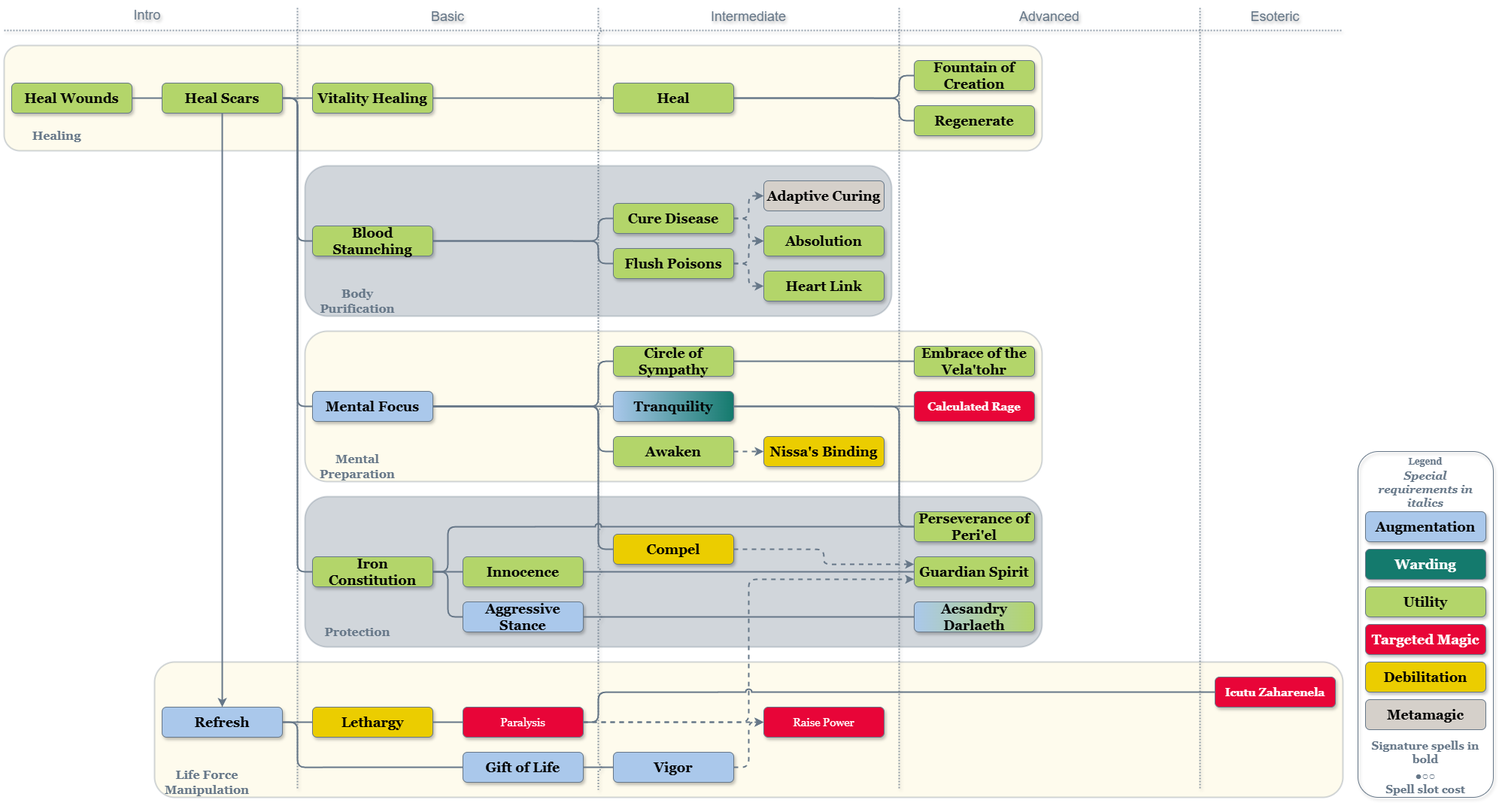
MahtraDR/dr-spell-trees keeps this draw.io diagram as Empath/Empath.png. Above is the earlier version. Source tidied: cells renumbered, new cells last; positions are measured from the earlier drawing's top-left corner, leaving out a move shared by most shapes.
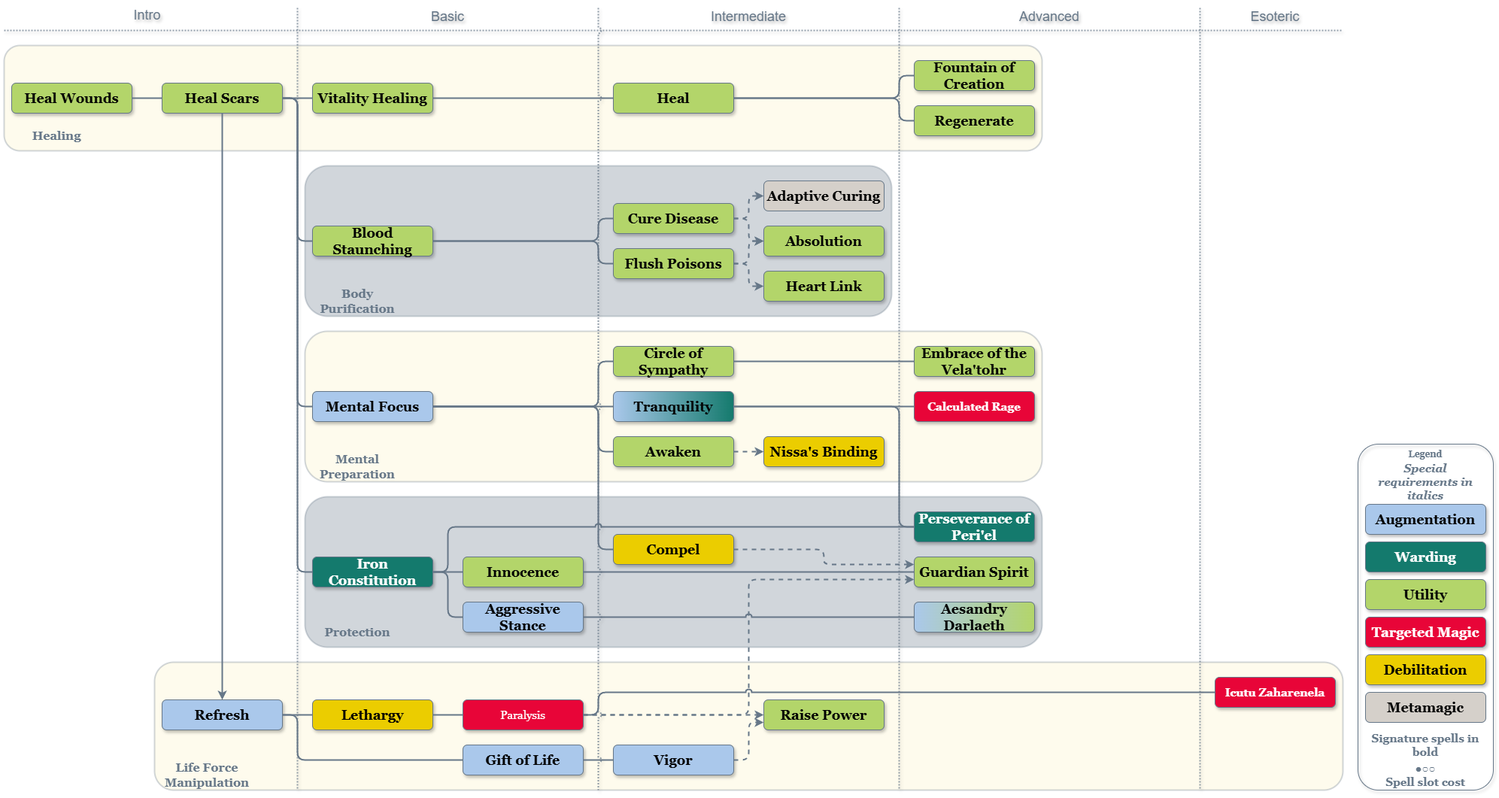
After the commit.

What changed in the source:
```diff
@@ -27,10 +27,10 @@
       <mxGeometry x="400" y="820" width="140" height="40" as="geometry" />
     </mxCell>
     <mxCell id="10" style="rounded=1;fontFamily=Helvetica;fontSize=11;fontColor=default;labelBackgroundColor=none;fillColor=#FCF4C4;strokeColor=#667788;opacity=30;glass=0;shadow=0;align=center;verticalAlign=middle;gradientColor=none;strokeWidth=2;" parent="1" vertex="1">
-      <mxGeometry x="200" y="880" width="1580" height="180" as="geometry" />
+      <mxGeometry x="200" y="880" width="1580" height="170" as="geometry" />
     </mxCell>
     <mxCell id="11" value="Life Force Manipulation" style="text;align=center;verticalAlign=middle;whiteSpace=wrap;rounded=0;fontStyle=1;fontSize=16;fontFamily=Georgia;fontColor=#667788;strokeColor=none;" parent="1" vertex="1">
-      <mxGeometry x="200" y="1020" width="140" height="40" as="geometry" />
+      <mxGeometry x="200" y="1010" width="140" height="40" as="geometry" />
     </mxCell>
     <mxCell id="12" value="Shapes and Lines" parent="0" />
     <mxCell id="13" value="Heal Wounds" style="rounded=1;strokeWidth=1;strokeColor=#667788;textShadow=0;labelBackgroundColor=none;whiteSpace=wrap;fontSize=18;fontFamily=Georgia;fillColor=#B3D56A;fontColor=#000000;shadow=1;glass=0;align=center;verticalAlign=middle;fontStyle=1;" parent="12" vertex="1">
@@ -78,7 +78,7 @@
     <mxCell id="27" value="Aggressive Stance" style="rounded=1;strokeWidth=1;strokeColor=#667788;textShadow=0;labelBackgroundColor=none;whiteSpace=wrap;fontSize=18;fontFamily=Georgia;fillColor=#AAC8EB;fontColor=#000000;shadow=1;glass=0;align=center;verticalAlign=middle;fontStyle=1;" parent="12" vertex="1">
       <mxGeometry x="610" y="800" width="160" height="40" as="geometry" />
     </mxCell>
-    <mxCell id="28" value="Iron Constitution" style="rounded=1;strokeWidth=1;strokeColor=#667788;textShadow=0;labelBackgroundColor=none;whiteSpace=wrap;fontSize=18;fontFamily=Georgia;fillColor=#B3D56A;fontColor=#000000;shadow=1;glass=0;align=center;verticalAlign=middle;fontStyle=1;" parent="12" vertex="1">
+    <mxCell id="28" value="Iron Constitution" style="rounded=1;strokeWidth=1;strokeColor=#667788;textShadow=0;labelBackgroundColor=none;whiteSpace=wrap;fontSize=18;fontFamily=Georgia;fillColor=#147A6D;fontColor=#FFFFFF;shadow=1;glass=0;align=center;verticalAlign=middle;fontStyle=1;" parent="12" vertex="1">
       <mxGeometry x="410" y="740" width="160" height="40" as="geometry" />
     </mxCell>
     <mxCell id="29" value="Innocence" style="rounded=1;strokeWidth=1;strokeColor=#667788;textShadow=0;labelBackgroundColor=none;whiteSpace=wrap;fontSize=18;fontFamily=Georgia;fillColor=#B3D56A;fontColor=#000000;shadow=1;glass=0;align=center;verticalAlign=middle;fontStyle=1;" parent="12" vertex="1">
@@ -93,7 +93,7 @@
     <mxCell id="32" value="Aesandry Darlaeth" style="rounded=1;strokeWidth=1;strokeColor=#667788;textShadow=0;labelBackgroundColor=none;whiteSpace=wrap;fontSize=18;fontFamily=Georgia;fillColor=#AAC8EB;fontColor=#000000;shadow=1;glass=0;align=center;verticalAlign=middle;fontStyle=1;gradientColor=#B3D56A;gradientDirection=east;" parent="12" vertex="1">
       <mxGeometry x="1210" y="800" width="160" height="40" as="geometry" />
     </mxCell>
-    <mxCell id="33" value="Perseverance of Peri'el" style="rounded=1;strokeWidth=1;strokeColor=#667788;textShadow=0;labelBackgroundColor=none;whiteSpace=wrap;fontSize=18;fontFamily=Georgia;fillColor=#B3D56A;fontColor=#000000;shadow=1;glass=0;align=center;verticalAlign=middle;fontStyle=1;" parent="12" vertex="1">
+    <mxCell id="33" value="Perseverance of Peri'el" style="rounded=1;strokeWidth=1;strokeColor=#667788;textShadow=0;labelBackgroundColor=none;whiteSpace=wrap;fontSize=18;fontFamily=Georgia;fillColor=#147A6D;fontColor=#FFFFFF;shadow=1;glass=0;align=center;verticalAlign=middle;fontStyle=1;" parent="12" vertex="1">
       <mxGeometry x="1210" y="680" width="160" height="40" as="geometry" />
     </mxCell>
     <mxCell id="34" value="Guardian Spirit" style="rounded=1;strokeWidth=1;strokeColor=#667788;textShadow=0;labelBackgroundColor=none;whiteSpace=wrap;fontSize=18;fontFamily=Georgia;fillColor=#B3D56A;fontColor=#000000;shadow=1;glass=0;align=center;verticalAlign=middle;fontStyle=1;" parent="12" vertex="1">
@@ -103,22 +103,22 @@
       <mxGeometry x="810" y="710" width="160" height="40" as="geometry" />
     </mxCell>
     <mxCell id="36" value="Refresh" style="rounded=1;strokeWidth=1;strokeColor=#667788;textShadow=0;labelBackgroundColor=none;whiteSpace=wrap;fontSize=18;fontFamily=Georgia;fillColor=#AAC8EB;fontColor=#000000;shadow=1;glass=0;align=center;verticalAlign=middle;fontStyle=1;" parent="12" vertex="1">
-      <mxGeometry x="210" y="940" width="160" height="40" as="geometry" />
+      <mxGeometry x="210" y="930" width="160" height="40" as="geometry" />
     </mxCell>
     <mxCell id="37" value="Paralysis" style="rounded=1;strokeWidth=1;strokeColor=#667788;textShadow=0;labelBackgroundColor=none;whiteSpace=wrap;fontSize=15;fontFamily=Georgia;fillColor=#E80538;fontColor=#FFFFFF;shadow=1;glass=0;align=center;verticalAlign=middle;fontStyle=0;" parent="12" vertex="1">
-      <mxGeometry x="610" y="940" width="160" height="40" as="geometry" />
+      <mxGeometry x="610" y="930" width="160" height="40" as="geometry" />
     </mxCell>
     <mxCell id="38" value="Lethargy" style="rounded=1;strokeWidth=1;strokeColor=#667788;textShadow=0;labelBackgroundColor=none;whiteSpace=wrap;fontSize=18;fontFamily=Georgia;fillColor=#EBCD00;fontColor=#000000;shadow=1;glass=0;align=center;verticalAlign=middle;fontStyle=1;" parent="12" vertex="1">
-      <mxGeometry x="410" y="940" width="160" height="40" as="geometry" />
+      <mxGeometry x="410" y="930" width="160" height="40" as="geometry" />
     </mxCell>
     <mxCell id="39" value="Gift of Life" style="rounded=1;strokeWidth=1;strokeColor=#667788;textShadow=0;labelBackgroundColor=none;whiteSpace=wrap;fontSize=18;fontFamily=Georgia;fillColor=#AAC8EB;fontColor=#000000;shadow=1;glass=0;align=center;verticalAlign=middle;fontStyle=1;" parent="12" vertex="1">
-      <mxGeometry x="610" y="1000" width="160" height="40" as="geometry" />
+      <mxGeometry x="610" y="990" width="160" height="40" as="geometry" />
     </mxCell>
     <mxCell id="40" value="Vigor" style="rounded=1;strokeWidth=1;strokeColor=#667788;textShadow=0;labelBackgroundColor=none;whiteSpace=wrap;fontSize=18;fontFamily=Georgia;fillColor=#AAC8EB;fontColor=#000000;shadow=1;glass=0;align=center;verticalAlign=middle;fontStyle=1;" parent="12" vertex="1">
-      <mxGeometry x="810" y="1000" width="160" height="40" as="geometry" />
+      <mxGeometry x="810" y="990" width="160" height="40" as="geometry" />
     </mxCell>
-    <mxCell id="41" value="Raise Power" style="rounded=1;strokeWidth=1;strokeColor=#667788;textShadow=0;labelBackgroundColor=none;whiteSpace=wrap;fontSize=15;fontFamily=Georgia;fillColor=#E80538;fontColor=#FFFFFF;shadow=1;glass=0;align=center;verticalAlign=middle;fontStyle=0;" parent="12" vertex="1">
-      <mxGeometry x="1010" y="940" width="160" height="40" as="geometry" />
+    <mxCell id="41" value="Raise Power" style="rounded=1;strokeWidth=1;strokeColor=#667788;textShadow=0;labelBackgroundColor=none;whiteSpace=wrap;fontSize=18;fontFamily=Georgia;fillColor=#B3D56A;fontColor=#000000;shadow=1;glass=0;align=center;verticalAlign=middle;fontStyle=1;" parent="12" vertex="1">
+      <mxGeometry x="1010" y="930" width="160" height="40" as="geometry" />
     </mxCell>
     <mxCell id="42" value="Icutu Zaharenela" style="rounded=1;strokeWidth=1;strokeColor=#667788;textShadow=0;labelBackgroundColor=none;whiteSpace=wrap;fontSize=15;fontFamily=Georgia;fillColor=#E80538;fontColor=#FFFFFF;shadow=1;glass=0;align=center;verticalAlign=middle;fontStyle=1;" parent="12" vertex="1">
       <mxGeometry x="1610" y="900" width="160" height="40" as="geometry" />
@@ -229,9 +229,6 @@
     <mxCell id="64" style="edgeStyle=orthogonalEdgeStyle;shape=connector;curved=0;rounded=1;jettySize=auto;html=1;exitX=1;exitY=0.5;exitDx=0;exitDy=0;entryX=0;entryY=0.5;entryDx=0;entryDy=0;strokeColor=#667788;strokeWidth=2;align=center;verticalAlign=middle;fontFamily=Helvetica;fontSize=11;fontColor=default;labelBackgroundColor=default;endArrow=classic;endFill=1;dashed=1;" parent="12" edge="1" source="26" target="43">
       <mxGeometry relative="1" as="geometry" />
     </mxCell>
-    <mxCell id="65" style="edgeStyle=orthogonalEdgeStyle;shape=connector;curved=0;rounded=1;jettySize=auto;html=1;exitX=1;exitY=0.5;exitDx=0;exitDy=0;entryX=0;entryY=0.5;entryDx=0;entryDy=0;strokeColor=#667788;strokeWidth=2;align=center;verticalAlign=middle;fontFamily=Helvetica;fontSize=11;fontColor=default;labelBackgroundColor=default;endArrow=none;endFill=0;" parent="12" edge="1" source="27" target="32">
-      <mxGeometry relative="1" as="geometry" />
-    </mxCell>
     <mxCell id="66" style="edgeStyle=orthogonalEdgeStyle;shape=connector;curved=0;rounded=1;jettySize=auto;html=1;exitX=1;exitY=0.5;exitDx=0;exitDy=0;entryX=0;entryY=0.5;entryDx=0;entryDy=0;strokeColor=#667788;strokeWidth=2;align=center;verticalAlign=middle;fontFamily=Helvetica;fontSize=11;fontColor=default;labelBackgroundColor=default;endArrow=none;endFill=0;" parent="12" edge="1" source="28" target="29">
       <mxGeometry relative="1" as="geometry" />
     </mxCell>
@@ -247,8 +244,8 @@
     <mxCell id="70" style="edgeStyle=orthogonalEdgeStyle;shape=connector;curved=0;rounded=1;jettySize=auto;html=1;exitX=1;exitY=0.5;exitDx=0;exitDy=0;entryX=0;entryY=0.5;entryDx=0;entryDy=0;strokeColor=#667788;strokeWidth=2;align=center;verticalAlign=middle;fontFamily=Helvetica;fontSize=11;fontColor=default;labelBackgroundColor=default;endArrow=none;endFill=0;" parent="12" edge="1" source="36" target="39">
       <mxGeometry relative="1" as="geometry">
         <Array as="points">
-          <mxPoint x="390" y="960" />
-          <mxPoint x="390" y="1020" />
+          <mxPoint x="390" y="950" />
+          <mxPoint x="390" y="1010" />
         </Array>
       </mxGeometry>
     </mxCell>
@@ -261,7 +258,7 @@
     <mxCell id="73" style="edgeStyle=orthogonalEdgeStyle;shape=connector;curved=0;rounded=1;jettySize=auto;html=1;exitX=1;exitY=0.5;exitDx=0;exitDy=0;entryX=0;entryY=0.75;entryDx=0;entryDy=0;strokeColor=#667788;strokeWidth=2;align=center;verticalAlign=middle;fontFamily=Helvetica;fontSize=11;fontColor=default;labelBackgroundColor=default;endArrow=classic;endFill=1;dashed=1;" parent="12" edge="1" source="37" target="34">
       <mxGeometry relative="1" as="geometry">
         <Array as="points">
-          <mxPoint x="990" y="960" />
+          <mxPoint x="990" y="950" />
           <mxPoint x="990" y="770" />
         </Array>
       </mxGeometry>
@@ -269,8 +266,9 @@
     <mxCell id="74" style="edgeStyle=orthogonalEdgeStyle;shape=connector;curved=0;rounded=1;jettySize=auto;html=1;exitX=1;exitY=0.5;exitDx=0;exitDy=0;entryX=0;entryY=0.5;entryDx=0;entryDy=0;strokeColor=#667788;strokeWidth=2;align=center;verticalAlign=middle;fontFamily=Helvetica;fontSize=11;fontColor=default;labelBackgroundColor=default;endArrow=none;endFill=0;jumpStyle=arc;" parent="12" edge="1" source="37" target="42">
       <mxGeometry relative="1" as="geometry">
         <Array as="points">
-          <mxPoint x="790" y="960" />
+          <mxPoint x="790" y="950" />
           <mxPoint x="790" y="920" />
+          <mxPoint x="1610" y="920" />
         </Array>
       </mxGeometry>
     </mxCell>
@@ -280,8 +278,13 @@
     <mxCell id="76" style="edgeStyle=orthogonalEdgeStyle;shape=connector;curved=0;rounded=1;jettySize=auto;html=1;exitX=1;exitY=0.5;exitDx=0;exitDy=0;entryX=0;entryY=0.5;entryDx=0;entryDy=0;strokeColor=#667788;strokeWidth=2;align=center;verticalAlign=middle;fontFamily=Helvetica;fontSize=11;fontColor=default;labelBackgroundColor=default;endArrow=none;endFill=0;" parent="12" edge="1" source="39" target="40">
       <mxGeometry relative="1" as="geometry" />
     </mxCell>
-    <mxCell id="77" style="edgeStyle=orthogonalEdgeStyle;shape=connector;curved=0;rounded=1;jettySize=auto;html=1;exitX=1;exitY=0.5;exitDx=0;exitDy=0;entryX=0;entryY=0.5;entryDx=0;entryDy=0;strokeColor=#667788;strokeWidth=2;align=center;verticalAlign=middle;fontFamily=Helvetica;fontSize=11;fontColor=default;labelBackgroundColor=default;endArrow=classic;endFill=1;dashed=1;" parent="12" edge="1" source="40" target="41">
-      <mxGeometry relative="1" as="geometry" />
+    <mxCell id="77" style="edgeStyle=orthogonalEdgeStyle;shape=connector;curved=0;rounded=1;jettySize=auto;html=1;exitX=1;exitY=0.5;exitDx=0;exitDy=0;entryX=0;entryY=0.75;entryDx=0;entryDy=0;strokeColor=#667788;strokeWidth=2;align=center;verticalAlign=middle;fontFamily=Helvetica;fontSize=11;fontColor=default;labelBackgroundColor=default;endArrow=classic;endFill=1;dashed=1;" parent="12" edge="1" source="40" target="41">
+      <mxGeometry relative="1" as="geometry">
+        <Array as="points">
+          <mxPoint x="990" y="1010" />
+          <mxPoint x="990" y="960" />
+        </Array>
+      </mxGeometry>
     </mxCell>
     <mxCell id="78" style="edgeStyle=orthogonalEdgeStyle;shape=connector;curved=0;rounded=1;jettySize=auto;html=1;exitX=1;exitY=0.5;exitDx=0;exitDy=0;entryX=0;entryY=0.5;entryDx=0;entryDy=0;strokeColor=#667788;strokeWidth=2;align=center;verticalAlign=middle;fontFamily=Helvetica;fontSize=11;fontColor=default;labelBackgroundColor=default;endArrow=none;endFill=0;" parent="12" edge="1" source="44" target="30">
       <mxGeometry relative="1" as="geometry" />
@@ -311,6 +314,9 @@
     <mxCell id="83" style="edgeStyle=orthogonalEdgeStyle;shape=connector;curved=0;rounded=1;jettySize=auto;html=1;exitX=1;exitY=0.5;exitDx=0;exitDy=0;entryX=0;entryY=0.5;entryDx=0;entryDy=0;strokeColor=#667788;strokeWidth=2;align=center;verticalAlign=middle;fontFamily=Helvetica;fontSize=11;fontColor=default;labelBackgroundColor=default;endArrow=none;endFill=0;" parent="12" edge="1" source="14" target="46">
       <mxGeometry relative="1" as="geometry" />
     </mxCell>
+    <mxCell id="65" style="edgeStyle=orthogonalEdgeStyle;shape=connector;curved=0;rounded=1;jettySize=auto;html=1;exitX=1;exitY=0.5;exitDx=0;exitDy=0;entryX=0;entryY=0.5;entryDx=0;entryDy=0;strokeColor=#667788;strokeWidth=2;align=center;verticalAlign=middle;fontFamily=Helvetica;fontSize=11;fontColor=default;labelBackgroundColor=default;endArrow=none;endFill=0;jumpStyle=arc;" parent="12" edge="1" source="27" target="32">
+      <mxGeometry relative="1" as="geometry" />
+    </mxCell>
     <mxCell id="84" parent="0" />
     <mxCell id="85" value="Basic" style="text;align=center;verticalAlign=middle;strokeColor=none;fillColor=none;fontFamily=Helvetica;fontSize=18;fontColor=#667788;labelBackgroundColor=none;textShadow=1;" parent="84" vertex="1">
       <mxGeometry x="550" width="80" height="40" as="geometry" />
@@ -325,34 +331,34 @@
       <mxGeometry x="1330" width="120" height="40" as="geometry" />
     </mxCell>
     <mxCell id="89" value="Legend" style="rounded=1;fillColor=none;verticalAlign=top;labelBackgroundColor=none;fontStyle=1;fontColor=#667788;fontFamily=Georgia;strokeColor=#667788;shadow=1;glass=0;strokeWidth=1;textShadow=0;whiteSpace=wrap;" parent="84" vertex="1">
-      <mxGeometry x="1800" y="600" width="180" height="460" as="geometry" />
+      <mxGeometry x="1800" y="590" width="180" height="460" as="geometry" />
     </mxCell>
     <mxCell id="90" value="Metamagic" style="rounded=1;whiteSpace=wrap;fillColor=#D5D0CA;labelBackgroundColor=none;fontFamily=Georgia;fontSize=18;strokeColor=#667788;shadow=0;glass=0;strokeWidth=1;align=center;fontStyle=1;verticalAlign=middle;fontColor=#000000;textShadow=0;" parent="84" vertex="1">
-      <mxGeometry x="1810" y="930" width="160" height="40" as="geometry" />
+      <mxGeometry x="1810" y="920" width="160" height="40" as="geometry" />
     </mxCell>
     <mxCell id="91" value="Debilitation" style="rounded=1;whiteSpace=wrap;fillColor=#EBCD00;labelBackgroundColor=none;fontFamily=Georgia;fontSize=18;strokeColor=#667788;shadow=1;glass=0;strokeWidth=1;align=center;fontStyle=1;verticalAlign=middle;fontColor=#000000;textShadow=0;" parent="84" vertex="1">
-      <mxGeometry x="1810" y="880" width="160" height="40" as="geometry" />
+      <mxGeometry x="1810" y="870" width="160" height="40" as="geometry" />
     </mxCell>
     <mxCell id="92" value="Targeted Magic" style="rounded=1;whiteSpace=wrap;fillColor=#E80538;labelBackgroundColor=none;fontFamily=Georgia;fontSize=18;strokeColor=#667788;shadow=1;glass=0;strokeWidth=1;align=center;fontStyle=1;verticalAlign=middle;fontColor=#FFFFFF;textShadow=0;" parent="84" vertex="1">
-      <mxGeometry x="1810" y="830" width="160" height="40" as="geometry" />
+      <mxGeometry x="1810" y="820" width="160" height="40" as="geometry" />
     </mxCell>
     <mxCell id="93" value="Utility" style="rounded=1;whiteSpace=wrap;fillColor=#B3D56A;labelBackgroundColor=none;fontFamily=Georgia;fontSize=18;strokeColor=#667788;shadow=1;glass=0;strokeWidth=1;align=center;fontStyle=1;verticalAlign=middle;fontColor=#000000;textShadow=0;" parent="84" vertex="1">
-      <mxGeometry x="1810" y="780" width="160" height="40" as="geometry" />
+      <mxGeometry x="1810" y="770" width="160" height="40" as="geometry" />
     </mxCell>
     <mxCell id="94" value="Warding" style="rounded=1;whiteSpace=wrap;fillColor=#147A6D;labelBackgroundColor=none;fontFamily=Georgia;fontSize=18;strokeColor=#667788;shadow=1;glass=0;strokeWidth=1;align=center;fontStyle=1;verticalAlign=middle;fontColor=#FFFFFF;textShadow=0;" parent="84" vertex="1">
-      <mxGeometry x="1810" y="730" width="160" height="40" as="geometry" />
+      <mxGeometry x="1810" y="720" width="160" height="40" as="geometry" />
     </mxCell>
     <mxCell id="95" value="Augmentation" style="rounded=1;whiteSpace=wrap;fillColor=#AAC8EB;labelBackgroundColor=none;fontFamily=Georgia;fontSize=18;strokeColor=#667788;shadow=1;glass=0;strokeWidth=1;fontColor=#000000;align=center;fontStyle=1;verticalAlign=middle;textShadow=0;" parent="84" vertex="1">
-      <mxGeometry x="1810" y="680" width="160" height="40" as="geometry" />
+      <mxGeometry x="1810" y="670" width="160" height="40" as="geometry" />
     </mxCell>
     <mxCell id="96" value="Special requirements in italics" style="text;align=center;verticalAlign=middle;whiteSpace=wrap;rounded=1;fontFamily=Georgia;fontSize=15;fontColor=#667788;labelBackgroundColor=none;fontStyle=3;strokeColor=none;shadow=1;glass=0;strokeWidth=1;" parent="84" vertex="1">
-      <mxGeometry x="1810" y="630" width="160" height="40" as="geometry" />
+      <mxGeometry x="1810" y="620" width="160" height="40" as="geometry" />
     </mxCell>
     <mxCell id="97" value="Signature spells in bold" style="text;align=center;verticalAlign=middle;whiteSpace=wrap;rounded=1;fontFamily=Georgia;fontSize=15;fontColor=#667788;labelBackgroundColor=none;fontStyle=1;strokeColor=none;shadow=1;glass=0;strokeWidth=1;" parent="84" vertex="1">
-      <mxGeometry x="1810" y="980" width="160" height="40" as="geometry" />
+      <mxGeometry x="1810" y="970" width="160" height="40" as="geometry" />
     </mxCell>
     <mxCell id="98" value="●○○&#10;Spell slot cost" style="text;align=center;verticalAlign=middle;whiteSpace=wrap;rounded=1;fontFamily=Georgia;fontSize=15;fontColor=#667788;labelBackgroundColor=none;strokeColor=none;shadow=1;glass=0;strokeWidth=1;fontStyle=1;" parent="84" vertex="1">
-      <mxGeometry x="1810" y="1020" width="160" height="40" as="geometry" />
+      <mxGeometry x="1810" y="1010" width="160" height="40" as="geometry" />
     </mxCell>
     <mxCell id="99" style="html=1;rounded=0;strokeWidth=2;endArrow=none;endFill=0;dashed=1;exitX=0.633;exitY=0;exitDx=0;exitDy=0;exitPerimeter=0;labelBackgroundColor=none;shadow=1;fontColor=default;strokeColor=#667788;opacity=70;dashPattern=1 1;" parent="84" edge="1">
       <mxGeometry relative="1" as="geometry">
```
